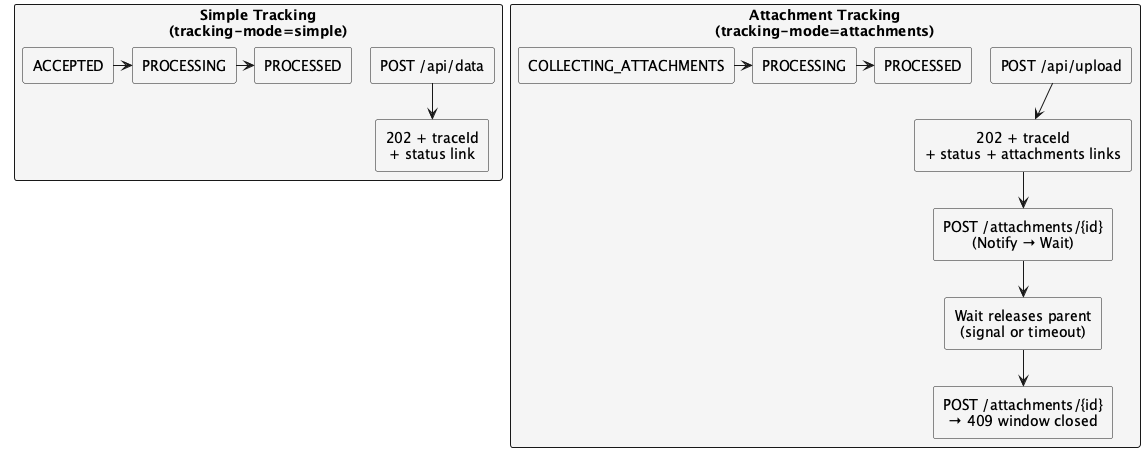
cuioss/nifi-extensions keeps this PlantUML diagram as doc/plantuml/tracking-modes.png. Above is the earlier version.
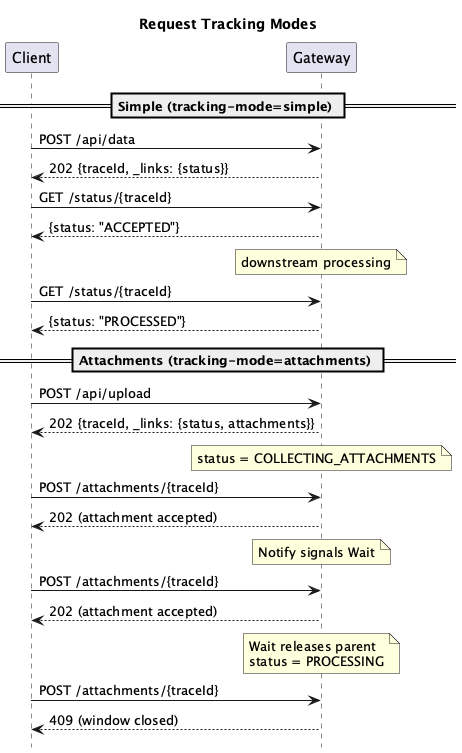
The same diagram one commit later.

Commit message:
fix: improve PlantUML script and tracking-modes diagram

Diff of the diagram source:
```diff
@@ -1,40 +1,36 @@
 @startuml
-!pragma layout smetana
-skinparam defaultTextAlignment center
-skinparam rectangleBackgroundColor #f5f5f5
-skinparam noteBorderColor #999999
+hide footbox
 
-together {
-  rectangle "**Simple Tracking**\n(tracking-mode=simple)" as simple {
-    rectangle "POST /api/data" as s1
-    rectangle "202 + traceId\n+ status link" as s2
-    rectangle "ACCEPTED" as s3
-    rectangle "PROCESSING" as s4
-    rectangle "PROCESSED" as s5
+title Request Tracking Modes
 
-    s1 -down-> s2
-    s3 -right-> s4
-    s4 -right-> s5
-  }
-}
+== Simple (tracking-mode=simple) ==
 
-rectangle "**Attachment Tracking**\n(tracking-mode=attachments)" as attach {
-  rectangle "POST /api/upload" as a1
-  rectangle "202 + traceId\n+ status + attachments links" as a2
-  rectangle "POST /attachments/{id}\n(Notify → Wait)" as a3
-  rectangle "Wait releases parent\n(signal or timeout)" as a4
-  rectangle "POST /attachments/{id}\n→ 409 window closed" as a5
+Client -> Gateway : POST /api/data
+Gateway --> Client : 202 {traceId, _links: {status}}
 
-  rectangle "COLLECTING_ATTACHMENTS" as st1
-  rectangle "PROCESSING" as st2
-  rectangle "PROCESSED" as st3
+Client -> Gateway : GET /status/{traceId}
+Gateway --> Client : {status: "ACCEPTED"}
 
-  a1 -down-> a2
-  a2 -down-> a3
-  a3 -down-> a4
-  a4 -down-> a5
+note over Gateway : downstream processing
+Client -> Gateway : GET /status/{traceId}
+Gateway --> Client : {status: "PROCESSED"}
 
-  st1 -right-> st2
-  st2 -right-> st3
-}
+== Attachments (tracking-mode=attachments) ==
+
+Client -> Gateway : POST /api/upload
+Gateway --> Client : 202 {traceId, _links: {status, attachments}}
+
+note over Gateway : status = COLLECTING_ATTACHMENTS
+
+Client -> Gateway : POST /attachments/{traceId}
+Gateway --> Client : 202 (attachment accepted)
+note over Gateway : Notify signals Wait
+
+Client -> Gateway : POST /attachments/{traceId}
+Gateway --> Client : 202 (attachment accepted)
+note over Gateway : Wait releases parent\nstatus = PROCESSING
+
+Client -> Gateway : POST /attachments/{traceId}
+Gateway --> Client : 409 (window closed)
+
 @enduml
```
